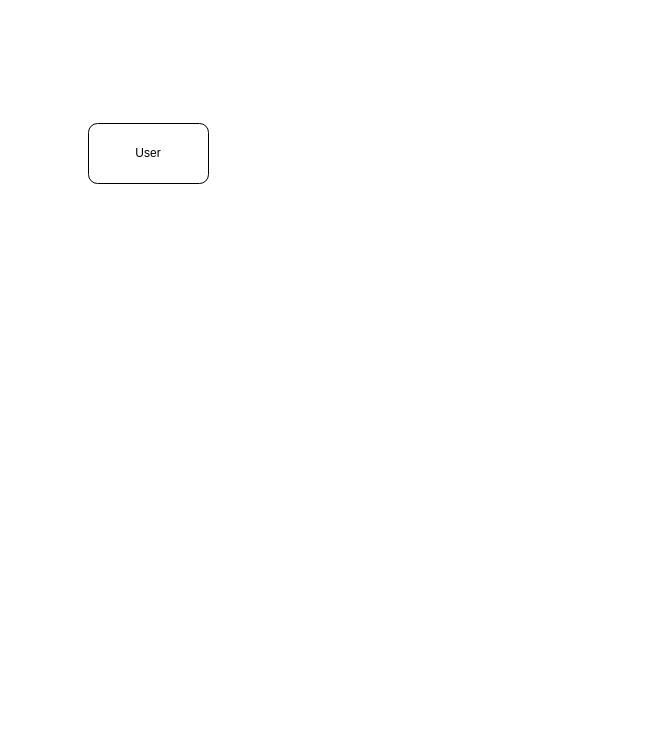
This is whispers_auth0.drawio from ellalearns/whispers_designs, a draw.io file, before an edit. Source tidied: cells renumbered, new cells numbered last; positions are measured from the earlier drawing's top-left corner, leaving out a move shared by most shapes. Both pictures are drawn from the tidied source at 100%, with x=0, y=0 at pixel (88, 123).
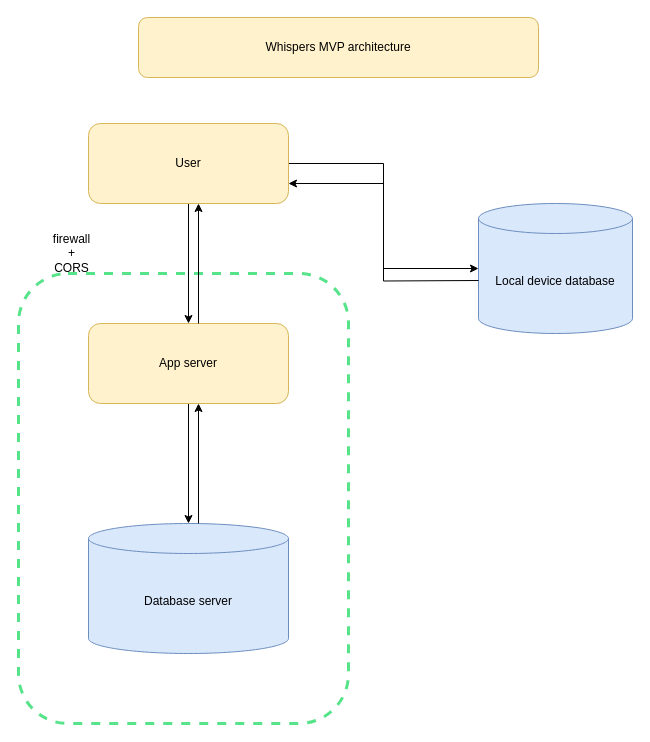
After the change.

The edit, as a diff of the source:
```diff
@@
 <mxGraphModel>
   <root>
     <mxCell id="0" />
     <mxCell id="1" parent="0" />
+    <mxCell id="3" style="rounded=1;whiteSpace=wrap;html=1;dashed=1;strokeColor=#57e389;strokeWidth=3;" parent="1" vertex="1">
+      <mxGeometry x="-70" y="150" width="330" height="450" as="geometry" />
+    </mxCell>
+    <mxCell id="4" style="edgeStyle=orthogonalEdgeStyle;rounded=0;jettySize=auto;html=1;" parent="1" edge="1" source="2" target="7">
+      <mxGeometry relative="1" as="geometry" />
+    </mxCell>
+    <mxCell id="5" style="edgeStyle=orthogonalEdgeStyle;rounded=0;jettySize=auto;html=1;" parent="1" edge="1" source="2" target="11">
+      <mxGeometry relative="1" as="geometry" />
+    </mxCell>
-    <mxCell id="2" value="&lt;div&gt;User&lt;/div&gt;" style="rounded=1;whiteSpace=wrap;html=1;" parent="1" vertex="1">
-      <mxGeometry width="120" height="60" as="geometry" />
+    <mxCell id="2" value="&lt;div&gt;User&lt;/div&gt;" style="rounded=1;whiteSpace=wrap;html=1;fillColor=#fff2cc;strokeColor=#d6b656;" parent="1" vertex="1">
+      <mxGeometry width="200" height="80" as="geometry" />
     </mxCell>
+    <mxCell id="6" style="edgeStyle=orthogonalEdgeStyle;rounded=0;jettySize=auto;html=1;" parent="1" edge="1" source="7" target="8">
+      <mxGeometry relative="1" as="geometry" />
+    </mxCell>
+    <mxCell id="7" value="App server" style="whiteSpace=wrap;html=1;rounded=1;fillColor=#fff2cc;strokeColor=#d6b656;" parent="1" vertex="1">
+      <mxGeometry y="200" width="200" height="80" as="geometry" />
+    </mxCell>
+    <mxCell id="8" value="Database server" style="shape=cylinder3;whiteSpace=wrap;html=1;boundedLbl=1;backgroundOutline=1;size=15;fillColor=#dae8fc;strokeColor=#6c8ebf;" parent="1" vertex="1">
+      <mxGeometry y="400" width="200" height="130" as="geometry" />
+    </mxCell>
+    <mxCell id="9" style="edgeStyle=orthogonalEdgeStyle;rounded=0;orthogonalLoop=1;jettySize=auto;html=1;" parent="1" edge="1">
+      <mxGeometry relative="1" as="geometry">
+        <mxPoint x="110" y="200" as="sourcePoint" />
+        <mxPoint x="110" y="80" as="targetPoint" />
+      </mxGeometry>
+    </mxCell>
+    <mxCell id="10" style="edgeStyle=orthogonalEdgeStyle;rounded=0;orthogonalLoop=1;jettySize=auto;html=1;" parent="1" edge="1">
+      <mxGeometry relative="1" as="geometry">
+        <mxPoint x="110" y="400" as="sourcePoint" />
+        <mxPoint x="110" y="280" as="targetPoint" />
+      </mxGeometry>
+    </mxCell>
+    <mxCell id="11" value="Local device database" style="shape=cylinder3;whiteSpace=wrap;html=1;boundedLbl=1;backgroundOutline=1;size=15;fillColor=#dae8fc;strokeColor=#6c8ebf;" parent="1" vertex="1">
+      <mxGeometry x="390" y="80" width="154" height="130" as="geometry" />
+    </mxCell>
+    <mxCell id="12" style="edgeStyle=orthogonalEdgeStyle;rounded=0;jettySize=auto;html=1;entryX=1;entryY=0.75;entryDx=0;entryDy=0;" parent="1" edge="1" target="2">
+      <mxGeometry relative="1" as="geometry">
+        <mxPoint x="390" y="157" as="sourcePoint" />
+      </mxGeometry>
+    </mxCell>
+    <mxCell id="13" value="Whispers MVP architecture" style="rounded=1;whiteSpace=wrap;html=1;fillColor=#fff2cc;strokeColor=#d6b656;" parent="1" vertex="1">
+      <mxGeometry x="50" y="-106" width="400" height="60" as="geometry" />
+    </mxCell>
+    <mxCell id="14" value="&lt;div&gt;firewall&lt;/div&gt;&lt;div&gt;+&lt;/div&gt;&lt;div&gt;CORS&lt;br&gt;&lt;/div&gt;" style="text;html=1;align=center;verticalAlign=middle;strokeColor=none;fillColor=none;" parent="1" vertex="1">
+      <mxGeometry x="-47" y="100" width="60" height="60" as="geometry" />
+    </mxCell>
   </root>
 </mxGraphModel>
```
